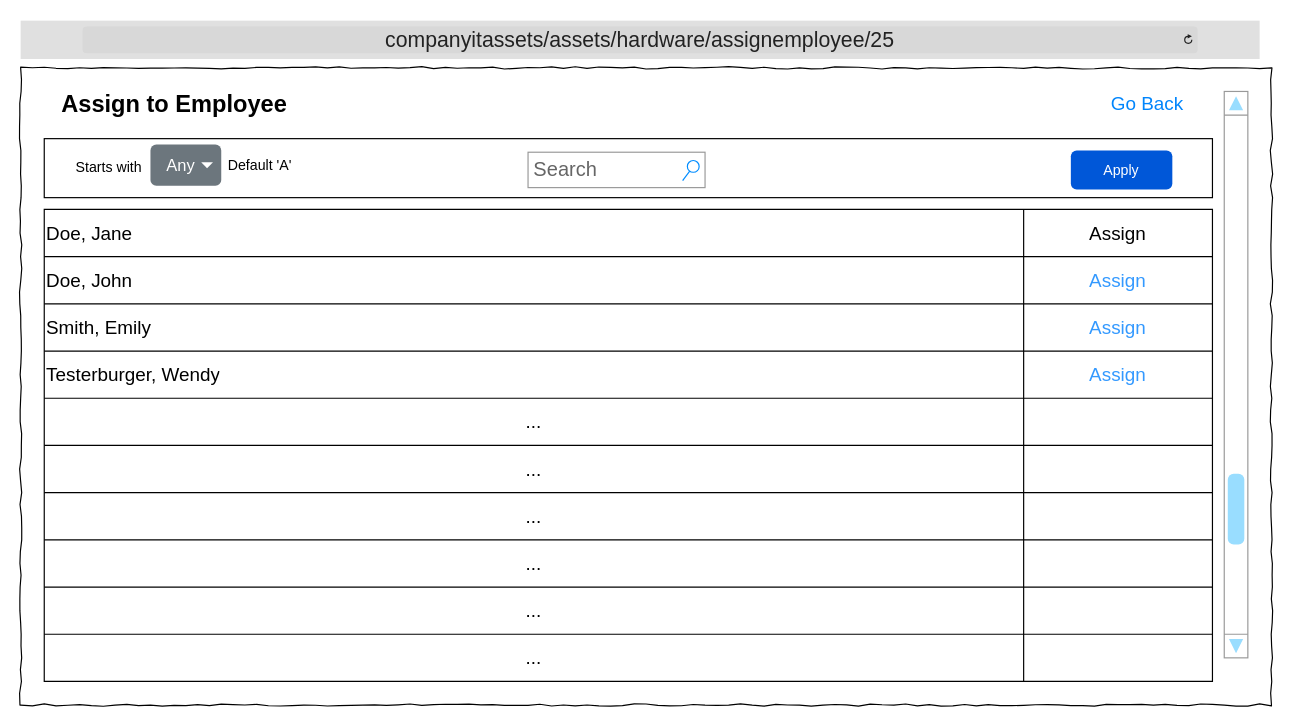
This is Wireframes/ITAT_HWAssets_AssignEmployee.drawio from TRed91/ITAssetTracking, a draw.io file, before an edit. Source tidied: cells renumbered, new cells numbered last; positions are measured from the earlier drawing's top-left corner, leaving out a move shared by most shapes. Both pictures are drawn from the tidied source at 118%, with x=0, y=0 at pixel (20, 20).
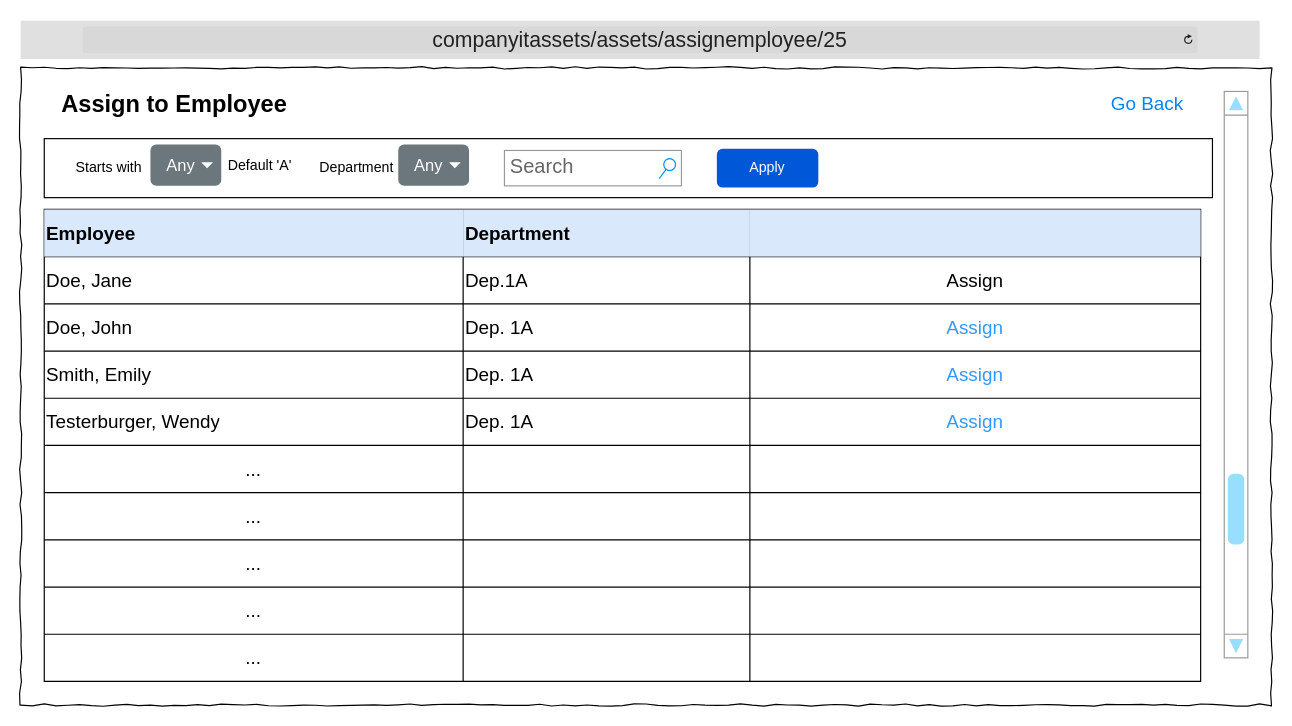
Above is the later version.

The edit, as a diff of the source:
```diff
@@
-    <mxCell id="4" value="&lt;font style=&quot;font-size: 18px;&quot;&gt;companyitassets/assets/hardware/assignemployee/25&lt;/font&gt;" style="html=1;strokeWidth=1;shadow=0;dashed=0;shape=mxgraph.ios7ui.url;fillColor=#e0e0e0;strokeColor=#c0c0c0;buttonText=;strokeColor2=#222222;fontColor=#222222;fontSize=8;spacingTop=2;align=center;whiteSpace=wrap;" parent="1" vertex="1">
+    <mxCell id="4" value="&lt;font style=&quot;font-size: 18px;&quot;&gt;companyitassets/assets/assignemployee/25&lt;/font&gt;" style="html=1;strokeWidth=1;shadow=0;dashed=0;shape=mxgraph.ios7ui.url;fillColor=#e0e0e0;strokeColor=#c0c0c0;buttonText=;strokeColor2=#222222;fontColor=#222222;fontSize=8;spacingTop=2;align=center;whiteSpace=wrap;" parent="1" vertex="1">
       <mxGeometry width="1050" height="32.5" as="geometry" />
     </mxCell>
@@
     <mxCell id="7" value="Search" style="strokeWidth=1;shadow=0;dashed=0;align=center;html=1;shape=mxgraph.mockup.forms.searchBox;strokeColor=#999999;mainText=;strokeColor2=#008cff;fontColor=#666666;fontSize=17;align=left;spacingLeft=3;whiteSpace=wrap;" parent="1" vertex="1">
-      <mxGeometry x="430" y="111.5" width="150" height="30" as="geometry" />
+      <mxGeometry x="410" y="110" width="150" height="30" as="geometry" />
     </mxCell>
@@
     <mxCell id="11" value="Apply" style="rounded=1;fillColor=#0057D8;strokeColor=none;html=1;whiteSpace=wrap;fontColor=#ffffff;align=center;verticalAlign=middle;fontStyle=0;fontSize=12;sketch=0;" parent="1" vertex="1">
-      <mxGeometry x="890" y="110" width="86" height="33" as="geometry" />
+      <mxGeometry x="590" y="108.5" width="86" height="33" as="geometry" />
     </mxCell>
     <mxCell id="12" style="shape=table;startSize=0;childLayout=tableLayout;fontSize=16;align=left;" parent="1" vertex="1">
-      <mxGeometry x="20" y="160" width="990" height="400" as="geometry" />
+      <mxGeometry x="20" y="160" width="980" height="400" as="geometry" />
     </mxCell>
+    <mxCell id="45" style="shape=tableRow;horizontal=0;startSize=0;swimlaneHead=0;swimlaneBody=0;strokeColor=inherit;top=0;left=0;bottom=0;right=0;fillColor=none;fontSize=16;" parent="12" vertex="1">
+      <mxGeometry width="980" height="40" as="geometry" />
+    </mxCell>
+    <mxCell id="46" value="&lt;b&gt;Employee&lt;/b&gt;" style="shape=partialRectangle;html=1;whiteSpace=wrap;strokeColor=#6c8ebf;overflow=hidden;fillColor=#dae8fc;top=0;left=0;bottom=0;right=0;fontSize=16;align=left;" parent="45" vertex="1">
+      <mxGeometry width="355" height="40" as="geometry" />
+    </mxCell>
+    <mxCell id="47" value="&lt;b&gt;Department&lt;/b&gt;" style="shape=partialRectangle;html=1;whiteSpace=wrap;strokeColor=#6c8ebf;overflow=hidden;fillColor=#dae8fc;top=0;left=0;bottom=0;right=0;fontSize=16;align=left;" parent="45" vertex="1">
+      <mxGeometry x="355" width="243" height="40" as="geometry" />
+    </mxCell>
+    <mxCell id="48" style="shape=partialRectangle;html=1;whiteSpace=wrap;strokeColor=#6c8ebf;overflow=hidden;fillColor=#dae8fc;top=0;left=0;bottom=0;right=0;fontSize=16;" parent="45" vertex="1">
+      <mxGeometry x="598" width="382" height="40" as="geometry" />
+    </mxCell>
     <mxCell id="13" style="shape=tableRow;horizontal=0;startSize=0;swimlaneHead=0;swimlaneBody=0;strokeColor=inherit;top=0;left=0;bottom=0;right=0;fillColor=none;fontSize=16;" parent="12" vertex="1">
-      <mxGeometry width="990" height="40" as="geometry" />
+      <mxGeometry y="40" width="980" height="40" as="geometry" />
     </mxCell>
     <mxCell id="14" value="Doe, Jane" style="shape=partialRectangle;html=1;whiteSpace=wrap;strokeColor=inherit;overflow=hidden;fillColor=none;top=0;left=0;bottom=0;right=0;fontSize=16;align=left;" parent="13" vertex="1">
-      <mxGeometry width="830" height="40" as="geometry" />
+      <mxGeometry width="355" height="40" as="geometry" />
     </mxCell>
+    <mxCell id="49" value="Dep.1A" style="shape=partialRectangle;html=1;whiteSpace=wrap;strokeColor=inherit;overflow=hidden;fillColor=none;top=0;left=0;bottom=0;right=0;fontSize=16;align=left;" parent="13" vertex="1">
+      <mxGeometry x="355" width="243" height="40" as="geometry" />
+    </mxCell>
     <mxCell id="15" value="&lt;font style=&quot;color: light-dark(rgb(0, 0, 0), rgb(51, 153, 255));&quot;&gt;Assign&lt;/font&gt;" style="shape=partialRectangle;html=1;whiteSpace=wrap;strokeColor=inherit;overflow=hidden;fillColor=none;top=0;left=0;bottom=0;right=0;fontSize=16;" parent="13" vertex="1">
-      <mxGeometry x="830" width="160" height="40" as="geometry" />
+      <mxGeometry x="598" width="382" height="40" as="geometry" />
     </mxCell>
     <mxCell id="16" style="shape=tableRow;horizontal=0;startSize=0;swimlaneHead=0;swimlaneBody=0;strokeColor=inherit;top=0;left=0;bottom=0;right=0;fillColor=none;fontSize=16;" parent="12" vertex="1">
-      <mxGeometry y="40" width="990" height="40" as="geometry" />
+      <mxGeometry y="80" width="980" height="40" as="geometry" />
     </mxCell>
     <mxCell id="17" value="Doe, John" style="shape=partialRectangle;html=1;whiteSpace=wrap;strokeColor=inherit;overflow=hidden;fillColor=none;top=0;left=0;bottom=0;right=0;fontSize=16;align=left;" parent="16" vertex="1">
-      <mxGeometry width="830" height="40" as="geometry" />
+      <mxGeometry width="355" height="40" as="geometry" />
     </mxCell>
+    <mxCell id="50" value="Dep. 1A" style="shape=partialRectangle;html=1;whiteSpace=wrap;strokeColor=inherit;overflow=hidden;fillColor=none;top=0;left=0;bottom=0;right=0;fontSize=16;align=left;" parent="16" vertex="1">
+      <mxGeometry x="355" width="243" height="40" as="geometry" />
+    </mxCell>
     <mxCell id="18" value="&lt;span style=&quot;color: rgb(51, 153, 255);&quot;&gt;Assign&lt;/span&gt;" style="shape=partialRectangle;html=1;whiteSpace=wrap;strokeColor=inherit;overflow=hidden;fillColor=none;top=0;left=0;bottom=0;right=0;fontSize=16;" parent="16" vertex="1">
-      <mxGeometry x="830" width="160" height="40" as="geometry" />
+      <mxGeometry x="598" width="382" height="40" as="geometry" />
     </mxCell>
     <mxCell id="19" style="shape=tableRow;horizontal=0;startSize=0;swimlaneHead=0;swimlaneBody=0;strokeColor=inherit;top=0;left=0;bottom=0;right=0;fillColor=none;fontSize=16;" parent="12" vertex="1">
-      <mxGeometry y="80" width="990" height="40" as="geometry" />
+      <mxGeometry y="120" width="980" height="40" as="geometry" />
     </mxCell>
     <mxCell id="20" value="Smith, Emily" style="shape=partialRectangle;html=1;whiteSpace=wrap;strokeColor=inherit;overflow=hidden;fillColor=none;top=0;left=0;bottom=0;right=0;fontSize=16;align=left;" parent="19" vertex="1">
-      <mxGeometry width="830" height="40" as="geometry" />
+      <mxGeometry width="355" height="40" as="geometry" />
     </mxCell>
+    <mxCell id="51" value="Dep. 1A" style="shape=partialRectangle;html=1;whiteSpace=wrap;strokeColor=inherit;overflow=hidden;fillColor=none;top=0;left=0;bottom=0;right=0;fontSize=16;align=left;" parent="19" vertex="1">
+      <mxGeometry x="355" width="243" height="40" as="geometry" />
+    </mxCell>
     <mxCell id="21" value="&lt;span style=&quot;color: rgb(51, 153, 255);&quot;&gt;Assign&lt;/span&gt;" style="shape=partialRectangle;html=1;whiteSpace=wrap;strokeColor=inherit;overflow=hidden;fillColor=none;top=0;left=0;bottom=0;right=0;fontSize=16;" parent="19" vertex="1">
-      <mxGeometry x="830" width="160" height="40" as="geometry" />
+      <mxGeometry x="598" width="382" height="40" as="geometry" />
     </mxCell>
     <mxCell id="22" style="shape=tableRow;horizontal=0;startSize=0;swimlaneHead=0;swimlaneBody=0;strokeColor=inherit;top=0;left=0;bottom=0;right=0;fillColor=none;fontSize=16;" parent="12" vertex="1">
-      <mxGeometry y="120" width="990" height="40" as="geometry" />
+      <mxGeometry y="160" width="980" height="40" as="geometry" />
     </mxCell>
     <mxCell id="23" value="Testerburger, Wendy" style="shape=partialRectangle;html=1;whiteSpace=wrap;strokeColor=inherit;overflow=hidden;fillColor=none;top=0;left=0;bottom=0;right=0;fontSize=16;align=left;" parent="22" vertex="1">
-      <mxGeometry width="830" height="40" as="geometry" />
+      <mxGeometry width="355" height="40" as="geometry" />
     </mxCell>
+    <mxCell id="52" value="Dep. 1A" style="shape=partialRectangle;html=1;whiteSpace=wrap;strokeColor=inherit;overflow=hidden;fillColor=none;top=0;left=0;bottom=0;right=0;fontSize=16;align=left;" parent="22" vertex="1">
+      <mxGeometry x="355" width="243" height="40" as="geometry" />
+    </mxCell>
     <mxCell id="24" value="&lt;span style=&quot;color: rgb(51, 153, 255);&quot;&gt;Assign&lt;/span&gt;" style="shape=partialRectangle;html=1;whiteSpace=wrap;strokeColor=inherit;overflow=hidden;fillColor=none;top=0;left=0;bottom=0;right=0;fontSize=16;" parent="22" vertex="1">
-      <mxGeometry x="830" width="160" height="40" as="geometry" />
+      <mxGeometry x="598" width="382" height="40" as="geometry" />
     </mxCell>
     <mxCell id="25" style="shape=tableRow;horizontal=0;startSize=0;swimlaneHead=0;swimlaneBody=0;strokeColor=inherit;top=0;left=0;bottom=0;right=0;fillColor=none;fontSize=16;" parent="12" vertex="1">
-      <mxGeometry y="160" width="990" height="40" as="geometry" />
+      <mxGeometry y="200" width="980" height="40" as="geometry" />
     </mxCell>
     <mxCell id="26" value="..." style="shape=partialRectangle;html=1;whiteSpace=wrap;strokeColor=inherit;overflow=hidden;fillColor=none;top=0;left=0;bottom=0;right=0;fontSize=16;" parent="25" vertex="1">
-      <mxGeometry width="830" height="40" as="geometry" />
+      <mxGeometry width="355" height="40" as="geometry" />
     </mxCell>
+    <mxCell id="53" style="shape=partialRectangle;html=1;whiteSpace=wrap;strokeColor=inherit;overflow=hidden;fillColor=none;top=0;left=0;bottom=0;right=0;fontSize=16;" parent="25" vertex="1">
+      <mxGeometry x="355" width="243" height="40" as="geometry" />
+    </mxCell>
     <mxCell id="27" style="shape=partialRectangle;html=1;whiteSpace=wrap;strokeColor=inherit;overflow=hidden;fillColor=none;top=0;left=0;bottom=0;right=0;fontSize=16;" parent="25" vertex="1">
-      <mxGeometry x="830" width="160" height="40" as="geometry" />
+      <mxGeometry x="598" width="382" height="40" as="geometry" />
     </mxCell>
     <mxCell id="28" style="shape=tableRow;horizontal=0;startSize=0;swimlaneHead=0;swimlaneBody=0;strokeColor=inherit;top=0;left=0;bottom=0;right=0;fillColor=none;fontSize=16;" parent="12" vertex="1">
-      <mxGeometry y="200" width="990" height="40" as="geometry" />
+      <mxGeometry y="240" width="980" height="40" as="geometry" />
     </mxCell>
     <mxCell id="29" value="..." style="shape=partialRectangle;html=1;whiteSpace=wrap;strokeColor=inherit;overflow=hidden;fillColor=none;top=0;left=0;bottom=0;right=0;fontSize=16;" parent="28" vertex="1">
-      <mxGeometry width="830" height="40" as="geometry" />
+      <mxGeometry width="355" height="40" as="geometry" />
     </mxCell>
+    <mxCell id="54" style="shape=partialRectangle;html=1;whiteSpace=wrap;strokeColor=inherit;overflow=hidden;fillColor=none;top=0;left=0;bottom=0;right=0;fontSize=16;" parent="28" vertex="1">
+      <mxGeometry x="355" width="243" height="40" as="geometry" />
+    </mxCell>
     <mxCell id="30" style="shape=partialRectangle;html=1;whiteSpace=wrap;strokeColor=inherit;overflow=hidden;fillColor=none;top=0;left=0;bottom=0;right=0;fontSize=16;" parent="28" vertex="1">
-      <mxGeometry x="830" width="160" height="40" as="geometry" />
+      <mxGeometry x="598" width="382" height="40" as="geometry" />
     </mxCell>
     <mxCell id="31" style="shape=tableRow;horizontal=0;startSize=0;swimlaneHead=0;swimlaneBody=0;strokeColor=inherit;top=0;left=0;bottom=0;right=0;fillColor=none;fontSize=16;" parent="12" vertex="1">
-      <mxGeometry y="240" width="990" height="40" as="geometry" />
+      <mxGeometry y="280" width="980" height="40" as="geometry" />
     </mxCell>
     <mxCell id="32" value="..." style="shape=partialRectangle;html=1;whiteSpace=wrap;strokeColor=inherit;overflow=hidden;fillColor=none;top=0;left=0;bottom=0;right=0;fontSize=16;" parent="31" vertex="1">
-      <mxGeometry width="830" height="40" as="geometry" />
+      <mxGeometry width="355" height="40" as="geometry" />
     </mxCell>
+    <mxCell id="55" style="shape=partialRectangle;html=1;whiteSpace=wrap;strokeColor=inherit;overflow=hidden;fillColor=none;top=0;left=0;bottom=0;right=0;fontSize=16;" parent="31" vertex="1">
+      <mxGeometry x="355" width="243" height="40" as="geometry" />
+    </mxCell>
     <mxCell id="33" style="shape=partialRectangle;html=1;whiteSpace=wrap;strokeColor=inherit;overflow=hidden;fillColor=none;top=0;left=0;bottom=0;right=0;fontSize=16;" parent="31" vertex="1">
-      <mxGeometry x="830" width="160" height="40" as="geometry" />
+      <mxGeometry x="598" width="382" height="40" as="geometry" />
     </mxCell>
     <mxCell id="34" style="shape=tableRow;horizontal=0;startSize=0;swimlaneHead=0;swimlaneBody=0;strokeColor=inherit;top=0;left=0;bottom=0;right=0;fillColor=none;fontSize=16;" parent="12" vertex="1">
-      <mxGeometry y="280" width="990" height="40" as="geometry" />
+      <mxGeometry y="320" width="980" height="40" as="geometry" />
     </mxCell>
     <mxCell id="35" value="..." style="shape=partialRectangle;html=1;whiteSpace=wrap;strokeColor=inherit;overflow=hidden;fillColor=none;top=0;left=0;bottom=0;right=0;fontSize=16;" parent="34" vertex="1">
-      <mxGeometry width="830" height="40" as="geometry" />
+      <mxGeometry width="355" height="40" as="geometry" />
     </mxCell>
+    <mxCell id="56" style="shape=partialRectangle;html=1;whiteSpace=wrap;strokeColor=inherit;overflow=hidden;fillColor=none;top=0;left=0;bottom=0;right=0;fontSize=16;" parent="34" vertex="1">
+      <mxGeometry x="355" width="243" height="40" as="geometry" />
+    </mxCell>
     <mxCell id="36" style="shape=partialRectangle;html=1;whiteSpace=wrap;strokeColor=inherit;overflow=hidden;fillColor=none;top=0;left=0;bottom=0;right=0;fontSize=16;" parent="34" vertex="1">
-      <mxGeometry x="830" width="160" height="40" as="geometry" />
+      <mxGeometry x="598" width="382" height="40" as="geometry" />
     </mxCell>
     <mxCell id="37" style="shape=tableRow;horizontal=0;startSize=0;swimlaneHead=0;swimlaneBody=0;strokeColor=inherit;top=0;left=0;bottom=0;right=0;fillColor=none;fontSize=16;" parent="12" vertex="1">
-      <mxGeometry y="320" width="990" height="40" as="geometry" />
+      <mxGeometry y="360" width="980" height="40" as="geometry" />
     </mxCell>
     <mxCell id="38" value="..." style="shape=partialRectangle;html=1;whiteSpace=wrap;strokeColor=inherit;overflow=hidden;fillColor=none;top=0;left=0;bottom=0;right=0;fontSize=16;" parent="37" vertex="1">
-      <mxGeometry width="830" height="40" as="geometry" />
+      <mxGeometry width="355" height="40" as="geometry" />
     </mxCell>
+    <mxCell id="57" style="shape=partialRectangle;html=1;whiteSpace=wrap;strokeColor=inherit;overflow=hidden;fillColor=none;top=0;left=0;bottom=0;right=0;fontSize=16;" parent="37" vertex="1">
+      <mxGeometry x="355" width="243" height="40" as="geometry" />
+    </mxCell>
     <mxCell id="39" style="shape=partialRectangle;html=1;whiteSpace=wrap;strokeColor=inherit;overflow=hidden;fillColor=none;top=0;left=0;bottom=0;right=0;fontSize=16;" parent="37" vertex="1">
-      <mxGeometry x="830" width="160" height="40" as="geometry" />
+      <mxGeometry x="598" width="382" height="40" as="geometry" />
     </mxCell>
-    <mxCell id="40" style="shape=tableRow;horizontal=0;startSize=0;swimlaneHead=0;swimlaneBody=0;strokeColor=inherit;top=0;left=0;bottom=0;right=0;fillColor=none;fontSize=16;" parent="12" vertex="1">
-      <mxGeometry y="360" width="990" height="40" as="geometry" />
-    </mxCell>
-    <mxCell id="41" value="..." style="shape=partialRectangle;html=1;whiteSpace=wrap;strokeColor=inherit;overflow=hidden;fillColor=none;top=0;left=0;bottom=0;right=0;fontSize=16;" parent="40" vertex="1">
-      <mxGeometry width="830" height="40" as="geometry" />
-    </mxCell>
-    <mxCell id="42" style="shape=partialRectangle;html=1;whiteSpace=wrap;strokeColor=inherit;overflow=hidden;fillColor=none;top=0;left=0;bottom=0;right=0;fontSize=16;" parent="40" vertex="1">
-      <mxGeometry x="830" width="160" height="40" as="geometry" />
-    </mxCell>
@@
+    <mxCell id="58" value="Department" style="text;html=1;align=center;verticalAlign=middle;whiteSpace=wrap;rounded=0;" parent="1" vertex="1">
+      <mxGeometry x="240" y="110" width="90" height="30" as="geometry" />
+    </mxCell>
+    <mxCell id="59" value="Any" style="html=1;shadow=0;dashed=0;shape=mxgraph.bootstrap.rrect;rSize=5;strokeColor=none;strokeWidth=1;fillColor=#6C767D;fontColor=#ffffff;whiteSpace=wrap;align=right;verticalAlign=middle;fontStyle=0;fontSize=14;spacingRight=20;" parent="1" vertex="1">
+      <mxGeometry x="320" y="105" width="60" height="35" as="geometry" />
+    </mxCell>
+    <mxCell id="60" style="shape=triangle;direction=south;fillColor=#ffffff;strokeColor=none;perimeter=none;" parent="59" vertex="1">
+      <mxGeometry x="1" y="0.5" width="10" height="5" relative="1" as="geometry">
+        <mxPoint x="-17" y="-2.5" as="offset" />
+      </mxGeometry>
+    </mxCell>
```
